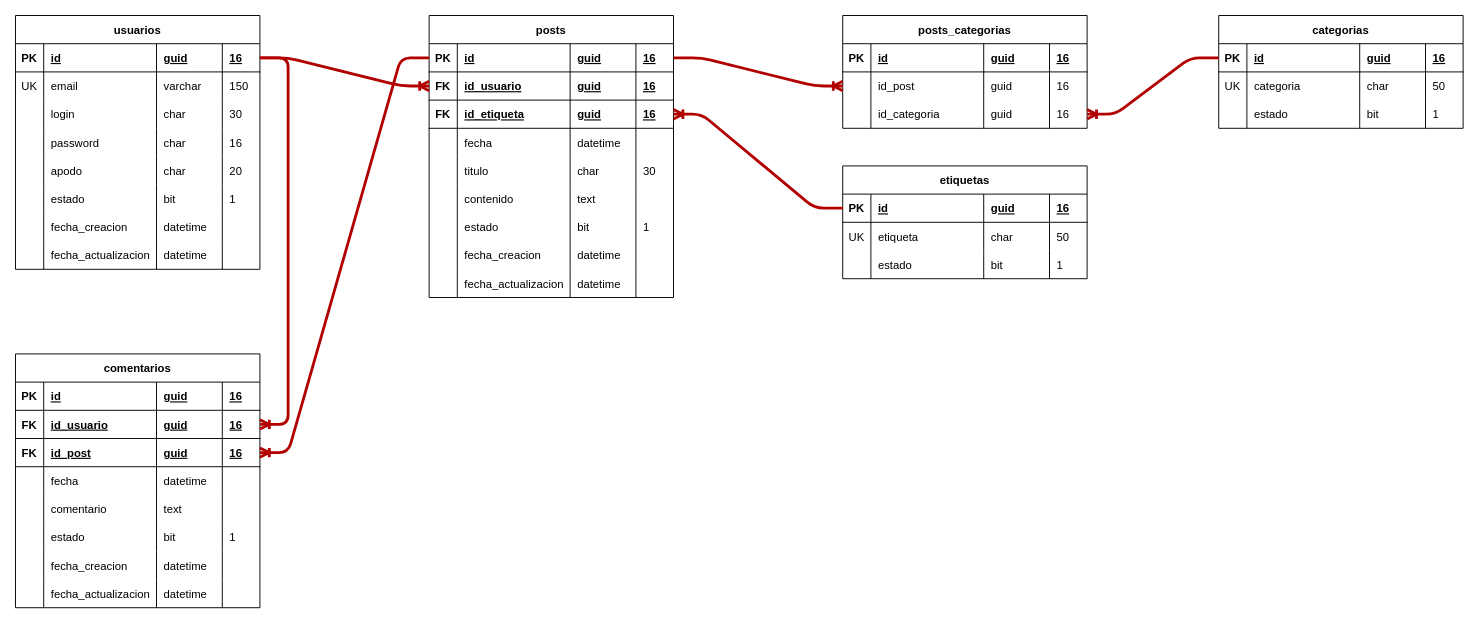
This is page "FISICO" (2 of 2) of diagrams/blogs.drawio from andresflorez0799/platzi-fundamentosbd, a draw.io file, before an edit. Source tidied: cells renumbered, new cells numbered last; positions are measured from the earlier drawing's top-left corner, leaving out a move shared by most shapes. Both pictures are drawn from the tidied source at 94%, with x=0, y=0 at pixel (15, 15).
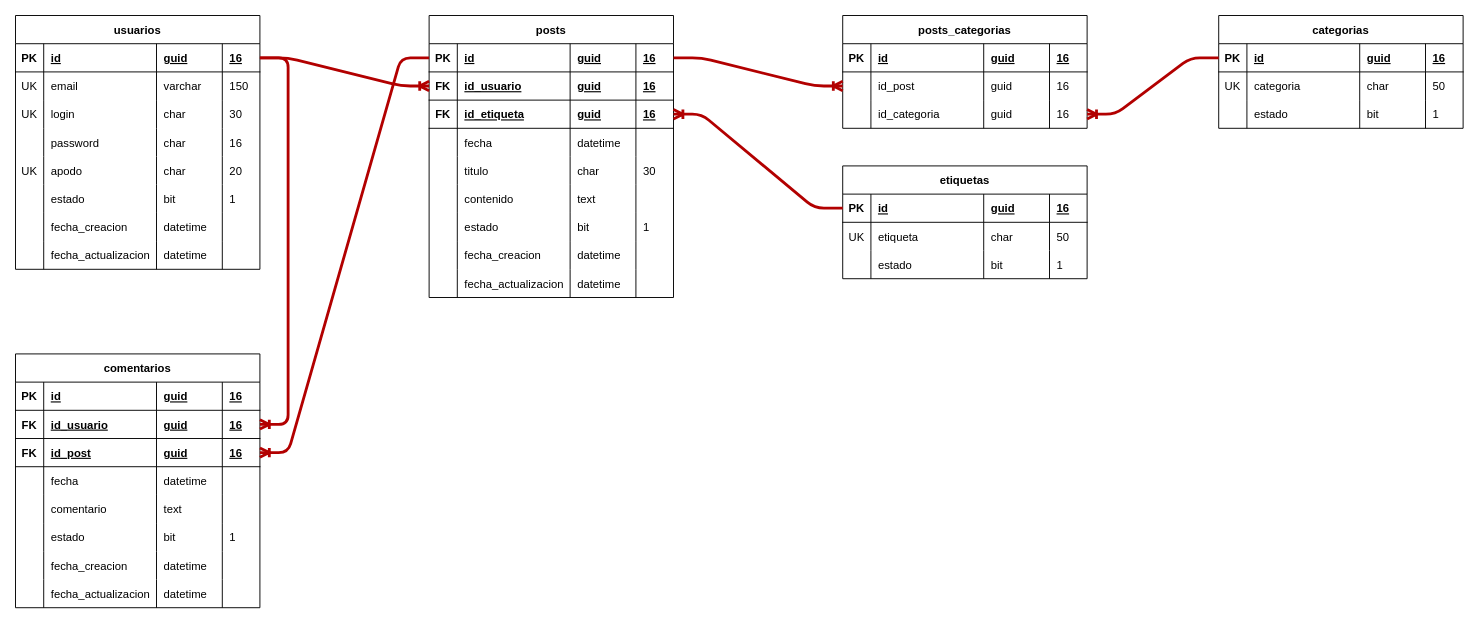
The same diagram, later.

The change refers to these unchanged cells:
```xml
<mxCell id="13" style="shape=tableRow;horizontal=0;startSize=0;swimlaneHead=0;swimlaneBody=0;fillColor=none;top=0;left=0;right=0;bottom=0;" parent="2" vertex="1">
  <mxGeometry y="90" width="260" height="30" as="geometry" />
</mxCell>
<mxCell id="23" style="shape=tableRow;horizontal=0;startSize=0;swimlaneHead=0;swimlaneBody=0;fillColor=none;top=0;left=0;right=0;bottom=0;" parent="2" vertex="1">
  <mxGeometry y="150" width="260" height="30" as="geometry" />
</mxCell>
```

The edit, as a diff of the source:
```diff
@@
-    <mxCell id="14" style="shape=partialRectangle;fillColor=none;top=0;left=0;bottom=0;right=0;overflow=hidden;" parent="13" vertex="1">
+    <mxCell id="14" value="UK" style="shape=partialRectangle;fillColor=none;top=0;left=0;bottom=0;right=0;overflow=hidden;" parent="13" vertex="1">
       <mxGeometry width="30" height="30" as="geometry" />
     </mxCell>
@@
-    <mxCell id="24" style="shape=partialRectangle;fillColor=none;top=0;left=0;bottom=0;right=0;overflow=hidden;" parent="23" vertex="1">
+    <mxCell id="24" value="UK" style="shape=partialRectangle;fillColor=none;top=0;left=0;bottom=0;right=0;overflow=hidden;" parent="23" vertex="1">
       <mxGeometry width="30" height="30" as="geometry" />
     </mxCell>
```
